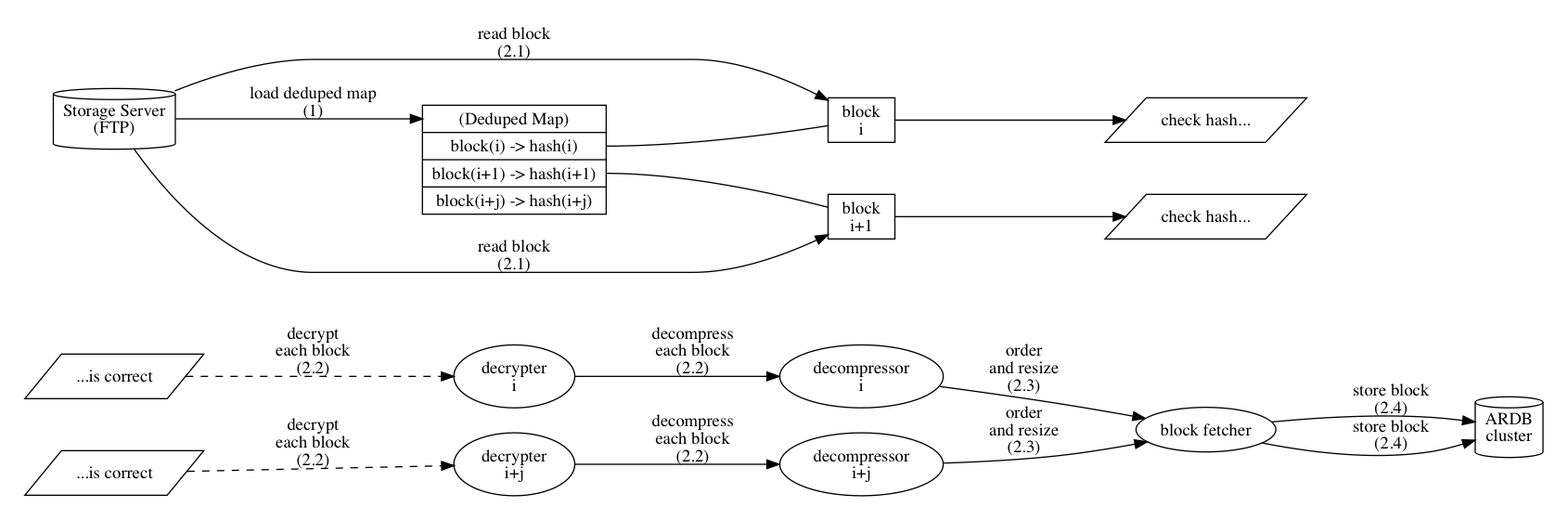
Before: docs/assets/backup_overview_import.png, a diagram exported from Graphviz (g8os/EFBD). Its source is kept beside it as docs/assets/src/backup_overview_import.dot. Its diagram source:
```dot
digraph {
    rankdir = "LR"

    subgraph clusterPartB {
    style = "invis"

    checkHashIsCorrect1_Out [
        label = "...is correct"
        shape = "parallelogram"
    ]
     checkHashIsCorrect2_Out [
        label = "...is correct"
        shape = "parallelogram"
    ]

    decrypter_1 [
        label = "decrypter\ni"
    ]
    decrypter_2 [
        label = "decrypter\ni+j"
    ]
    checkHashIsCorrect1_Out -> decrypter_1 [
        label = "decrypt\neach block\n(2.2)"
        style = "dashed"
    ]
    checkHashIsCorrect2_Out -> decrypter_2 [
        label = "decrypt\neach block\n(2.2)"
        style = "dashed"
    ]

    decompressor1 [
        label = "decompressor\ni"
    ]
    decompressor2 [
        label = "decompressor\ni+j"
    ]
    decrypter_1 -> decompressor1 [
        label = "decompress\neach block\n(2.2)"
    ]
    decrypter_2 -> decompressor2 [
        label = "decompress\neach block\n(2.2)"
    ]

    blockFetcher [
        label = "block fetcher"
    ]
    decompressor1 -> blockFetcher [
        label = "order\nand resize\n(2.3)"
    ]
    decompressor2 -> blockFetcher [
        label = "order\nand resize\n(2.3)"
    ]

    ardbCluster [
        shape = "cylinder"
        label = "ARDB\ncluster"
    ]

    blockFetcher -> ardbCluster [
        label = "store block\n(2.4)"
    ]
    blockFetcher -> ardbCluster [
        label = "store block\n(2.4)"
    ]
    }

    subgraph clusterPartA {
    style = "invis"

    storageServer [
        shape = "cylinder"
        label = "Storage Server\n(FTP)"
    ]

    dedupedMap [
        shape = "record"
        label = "<t> (Deduped Map) |
                 <1> block(i) \-\> hash(i) |
                 <2> block(i+1) \-\> hash(i+1) |
                 <3> block(i+j) \-\> hash(i+j)"
    ]

    storageServer -> dedupedMap:t [
        label = "load deduped map\n(1)"
    ]

    block2 [
        label = "block\ni+1"
        shape = "rectangle"
    ]
    block1 [
        label = "block\ni"
        shape = "rectangle"
    ]
    storageServer -> block2 [
        label = "read block\n(2.1)"
    ]
    storageServer -> block1 [
        label = "read block\n(2.1)"
    ]
    dedupedMap:2 -> block2 [ dir = "none" ]
    dedupedMap:1 -> block1 [ dir = "none" ]

    checkHashIsCorrect1_In [
        label = "check hash..."
        shape = "parallelogram"
    ]
     checkHashIsCorrect2_In [
        label = "check hash..."
        shape = "parallelogram"
    ]
    block1 -> checkHashIsCorrect1_In
    block2 -> checkHashIsCorrect2_In
    }
}
```
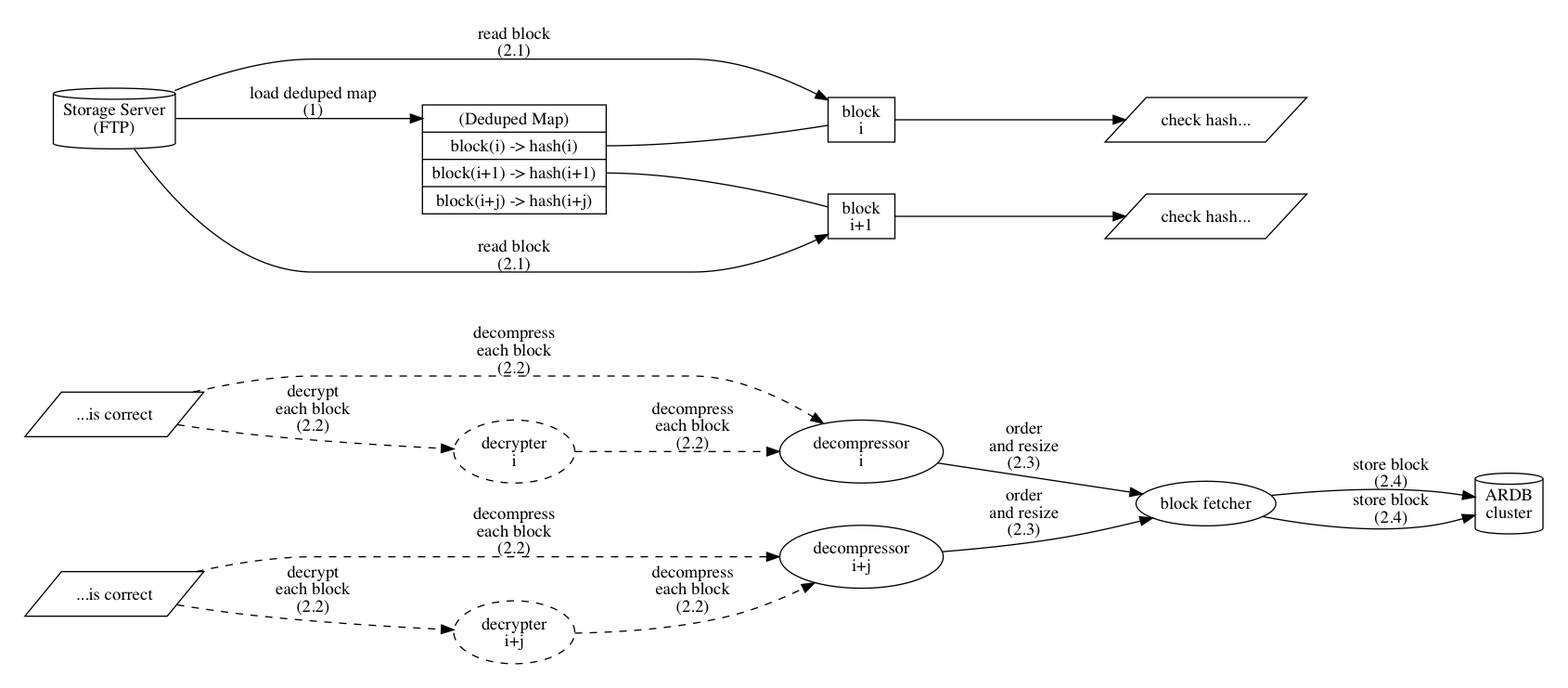
Later version of the same file.

Commit message:
update optional encryption info in backup external docs

Diff of the diagram source:
```diff
@@ -15,9 +15,11 @@
 
     decrypter_1 [
         label = "decrypter\ni"
+        style = "dashed"
     ]
     decrypter_2 [
         label = "decrypter\ni+j"
+        style = "dashed"
     ]
     checkHashIsCorrect1_Out -> decrypter_1 [
         label = "decrypt\neach block\n(2.2)"
@@ -25,6 +27,15 @@
     ]
     checkHashIsCorrect2_Out -> decrypter_2 [
         label = "decrypt\neach block\n(2.2)"
+        style = "dashed"
+    ]
+
+    checkHashIsCorrect1_Out -> decompressor1 [
+        label = "decompress\neach block\n(2.2)"
+        style = "dashed"
+    ]
+    checkHashIsCorrect2_Out -> decompressor2 [
+        label = "decompress\neach block\n(2.2)"
         style = "dashed"
     ]
 
@@ -36,9 +47,11 @@
     ]
     decrypter_1 -> decompressor1 [
         label = "decompress\neach block\n(2.2)"
+        style = "dashed"
     ]
     decrypter_2 -> decompressor2 [
         label = "decompress\neach block\n(2.2)"
+        style = "dashed"
     ]
 
     blockFetcher [
```
